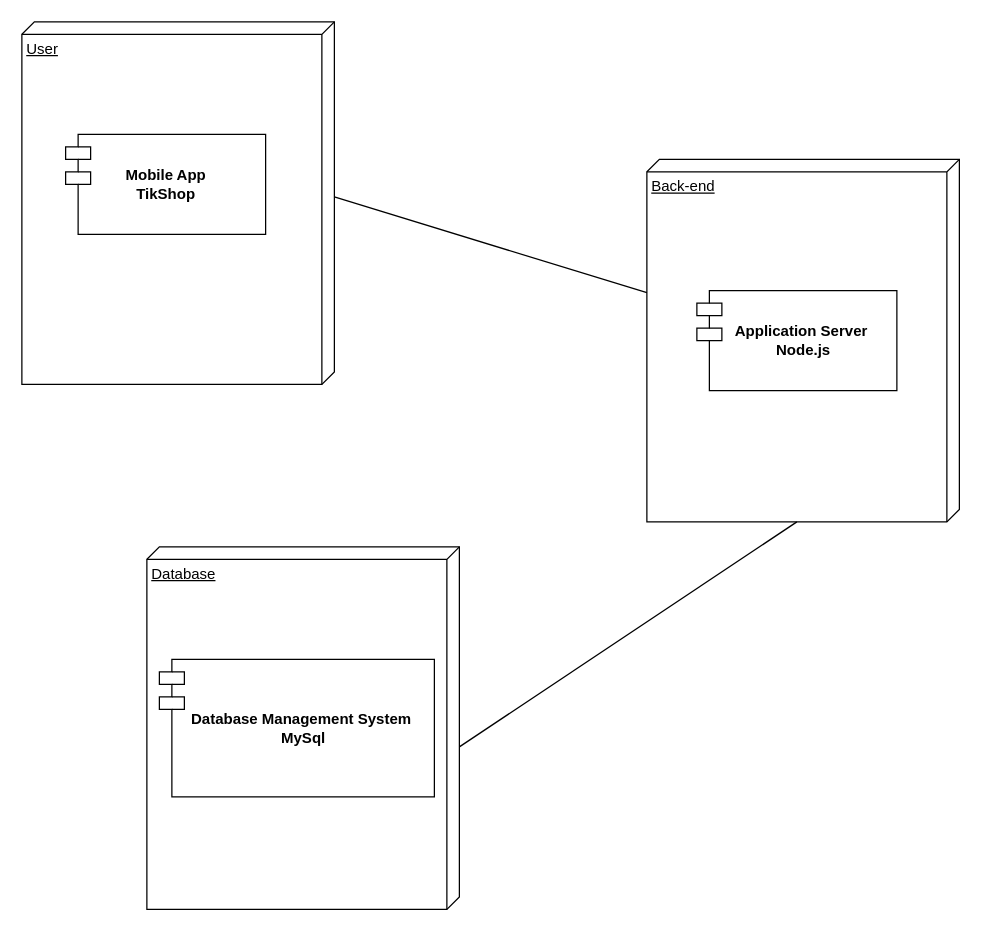
This is page "Déploiement" (5 of 6) of TIkShopDataBase.drawio from Bryann-coder/FlashShop, a draw.io file, before an edit. Source tidied: cells renumbered, new cells numbered last; positions are measured from the earlier drawing's top-left corner, leaving out a move shared by most shapes. Both pictures are drawn from the tidied source at 125%, with x=0, y=0 at pixel (21, 21).
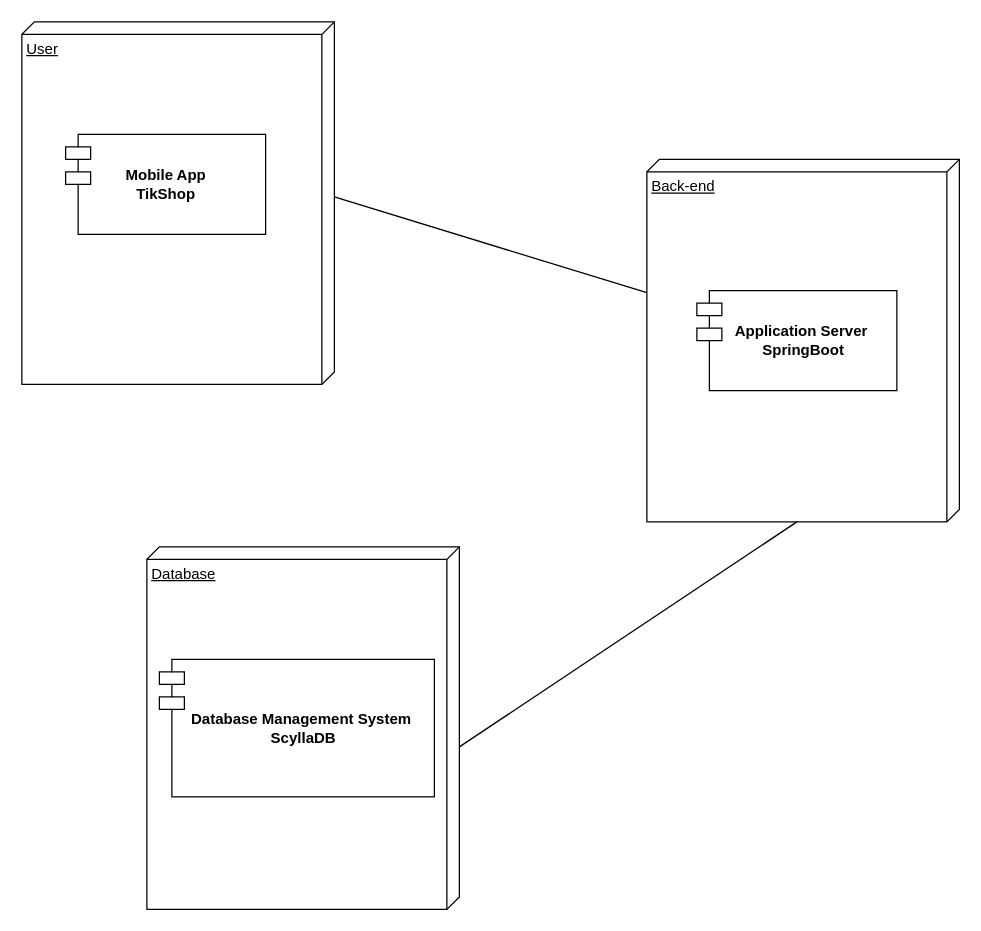
The same page after the edit.

Commit message:
update deploy diagram

Diff of the diagram source:
```diff
@@
 <mxGraphModel>
   <root>
     <mxCell id="0" />
     <mxCell id="1" parent="0" />
     <mxCell id="2" value="User" style="verticalAlign=top;align=left;spacingTop=8;spacingLeft=2;spacingRight=12;shape=cube;size=10;direction=south;fontStyle=4;html=1;whiteSpace=wrap;" parent="1" vertex="1">
       <mxGeometry width="250" height="290" as="geometry" />
     </mxCell>
     <mxCell id="3" style="shape=module;align=left;spacingLeft=20;align=center;verticalAlign=top;whiteSpace=wrap;html=1;" parent="1" vertex="1">
       <mxGeometry x="35" y="90" width="160" height="80" as="geometry" />
     </mxCell>
     <mxCell id="4" value="Mobile App&lt;div&gt;TikShop&lt;/div&gt;" style="text;align=center;fontStyle=1;verticalAlign=middle;spacingLeft=3;spacingRight=3;strokeColor=none;html=1;" parent="1" vertex="1">
       <mxGeometry x="72.5" y="110" width="85" height="40" as="geometry" />
     </mxCell>
     <mxCell id="5" value="Back-end" style="verticalAlign=top;align=left;spacingTop=8;spacingLeft=2;spacingRight=12;shape=cube;size=10;direction=south;fontStyle=4;html=1;whiteSpace=wrap;" parent="1" vertex="1">
       <mxGeometry x="500" y="110" width="250" height="290" as="geometry" />
     </mxCell>
     <mxCell id="6" style="shape=module;align=left;spacingLeft=20;align=center;verticalAlign=top;whiteSpace=wrap;html=1;" parent="1" vertex="1">
       <mxGeometry x="540" y="215" width="160" height="80" as="geometry" />
     </mxCell>
-    <mxCell id="7" value="&lt;div&gt;Application Server&amp;nbsp;&lt;/div&gt;&lt;div&gt;Node.js&lt;/div&gt;" style="text;align=center;fontStyle=1;verticalAlign=middle;spacingLeft=3;spacingRight=3;strokeColor=none;html=1;" parent="1" vertex="1">
+    <mxCell id="7" value="&lt;div&gt;Application Server&amp;nbsp;&lt;/div&gt;&lt;div&gt;SpringBoot&lt;/div&gt;" style="text;align=center;fontStyle=1;verticalAlign=middle;spacingLeft=3;spacingRight=3;strokeColor=none;html=1;" parent="1" vertex="1">
       <mxGeometry x="585" y="235" width="80" height="40" as="geometry" />
     </mxCell>
     <mxCell id="8" value="Database" style="verticalAlign=top;align=left;spacingTop=8;spacingLeft=2;spacingRight=12;shape=cube;size=10;direction=south;fontStyle=4;html=1;whiteSpace=wrap;" parent="1" vertex="1">
       <mxGeometry x="100" y="420" width="250" height="290" as="geometry" />
     </mxCell>
     <mxCell id="9" style="shape=module;align=left;spacingLeft=20;align=center;verticalAlign=top;whiteSpace=wrap;html=1;" parent="1" vertex="1">
       <mxGeometry x="110" y="510" width="220" height="110" as="geometry" />
     </mxCell>
-    <mxCell id="10" value="&lt;div&gt;Database Management System&amp;nbsp;&lt;/div&gt;&lt;div&gt;MySql&lt;/div&gt;" style="text;align=center;fontStyle=1;verticalAlign=middle;spacingLeft=3;spacingRight=3;strokeColor=none;html=1;" parent="1" vertex="1">
+    <mxCell id="10" value="&lt;div&gt;Database Management System&amp;nbsp;&lt;/div&gt;&lt;div&gt;ScyllaDB&lt;/div&gt;" style="text;align=center;fontStyle=1;verticalAlign=middle;spacingLeft=3;spacingRight=3;strokeColor=none;html=1;" parent="1" vertex="1">
       <mxGeometry x="185" y="545" width="80" height="40" as="geometry" />
     </mxCell>
     <mxCell id="11" style="endArrow=none;html=1;rounded=0;exitX=0;exitY=0;exitDx=140;exitDy=0;exitPerimeter=0;" parent="1" edge="1" source="2" target="5">
       <mxGeometry relative="1" as="geometry" />
     </mxCell>
     <mxCell id="12" style="endArrow=none;html=1;rounded=0;entryX=0;entryY=0;entryDx=290;entryDy=130;entryPerimeter=0;" parent="1" edge="1" target="5">
       <mxGeometry relative="1" as="geometry">
         <mxPoint x="350" y="580" as="sourcePoint" />
       </mxGeometry>
     </mxCell>
   </root>
 </mxGraphModel>
```
